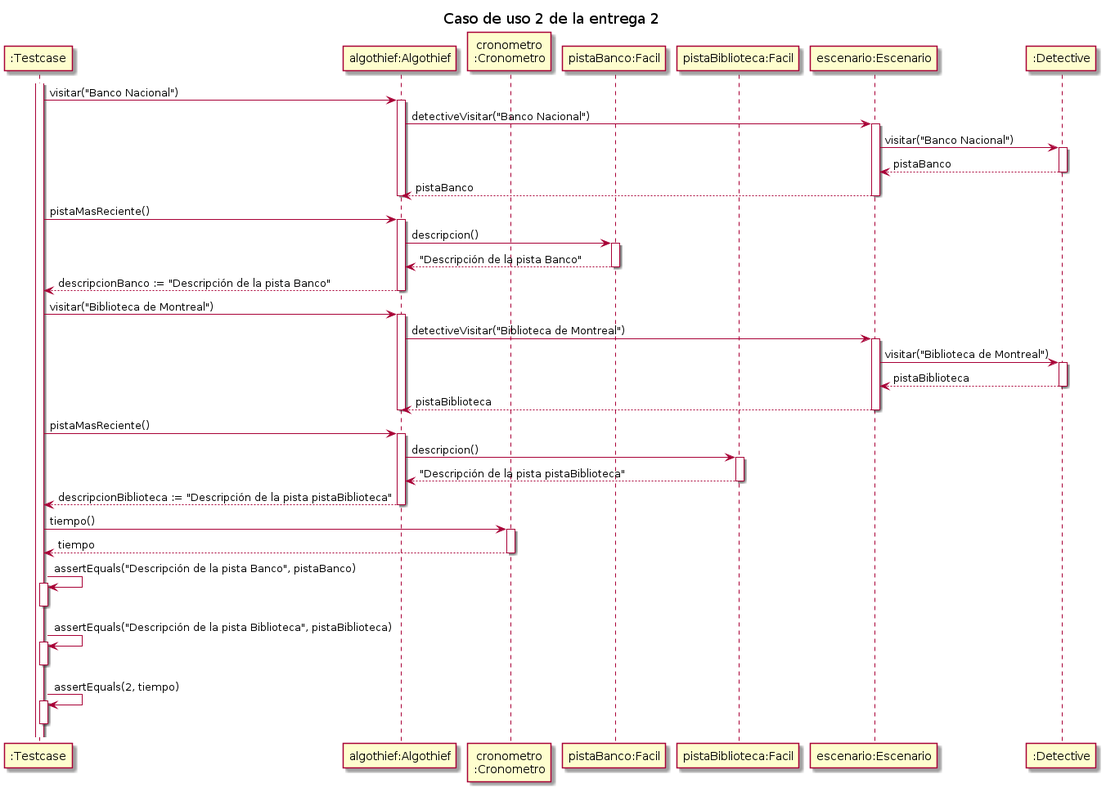
Earlier version of the PlantUML export diagrams/sequences/secuencia_entrega1_testcase02.png (MegaRedHand/algo-thief).
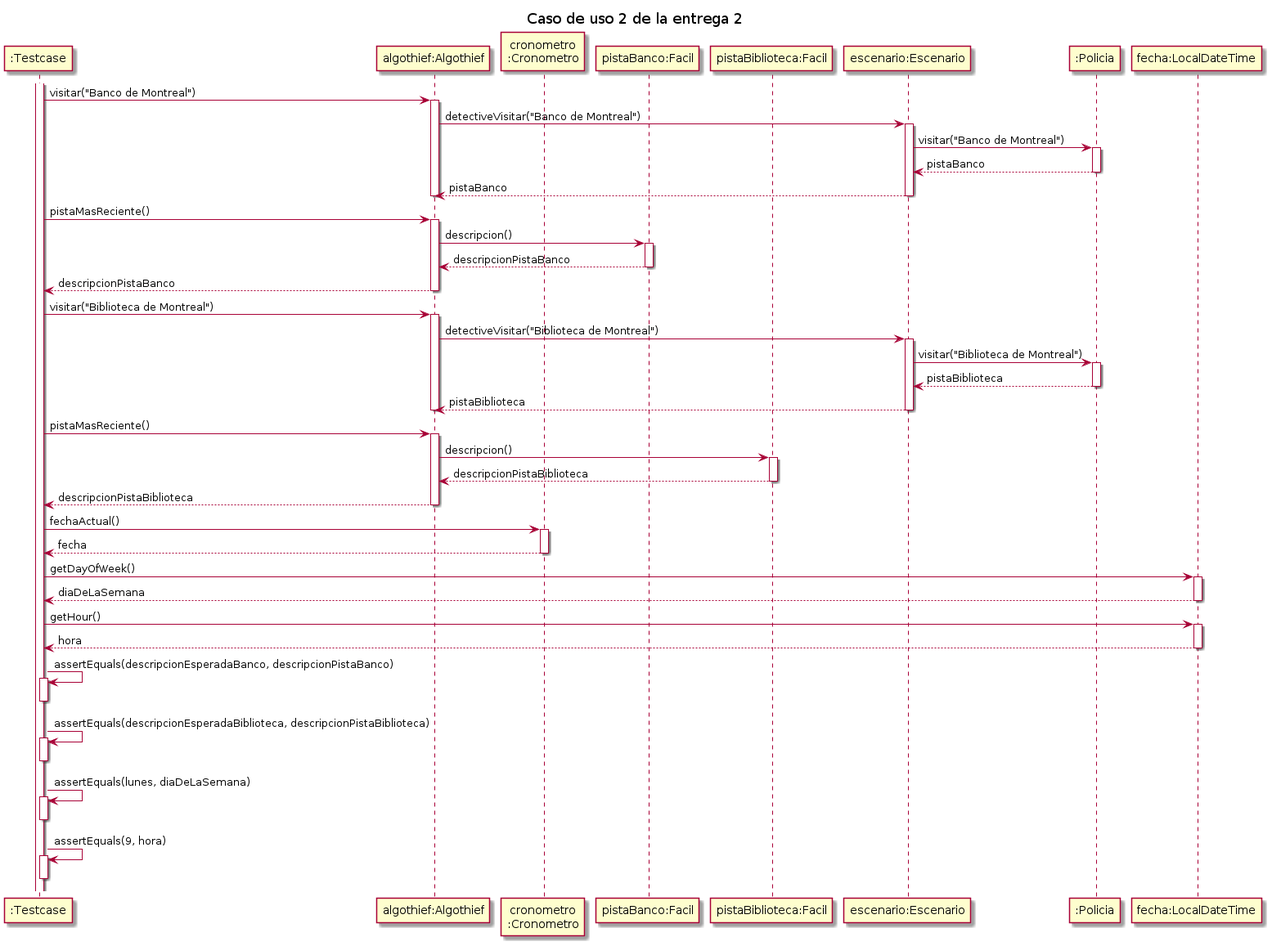
The same file after the commit.

What changed in the source:
```diff
@@ -8,27 +8,29 @@
 participant "pistaBanco:Facil" as pistaBanco
 participant "pistaBiblioteca:Facil" as pistaBiblioteca
 participant "escenario:Escenario" as escenario
-participant ":Detective" as detective
+participant ":Policia" as policia
+participant "fecha:LocalDateTime" as fecha
 
 
 activate testcase
-testcase -> algothief++: visitar("Banco Nacional")
-    algothief -> escenario++: detectiveVisitar("Banco Nacional")
-        escenario -> detective++: visitar("Banco Nacional")
+testcase -> algothief++: visitar("Banco de Montreal")
+    algothief -> escenario++: detectiveVisitar("Banco de Montreal")
+        escenario -> policia++: visitar("Banco de Montreal")
             return pistaBanco
         return pistaBanco
     deactivate algothief
 
 
+
 testcase -> algothief++: pistaMasReciente()
     algothief -> pistaBanco++: descripcion()
-        return "Descripción de la pista Banco"
-    return descripcionBanco := "Descripción de la pista Banco"
+        return descripcionPistaBanco
+    return descripcionPistaBanco
 
 
 testcase -> algothief++: visitar("Biblioteca de Montreal")
     algothief -> escenario++: detectiveVisitar("Biblioteca de Montreal")
-        escenario -> detective++: visitar("Biblioteca de Montreal")
+        escenario -> policia++: visitar("Biblioteca de Montreal")
             return pistaBiblioteca
         return pistaBiblioteca
     deactivate algothief
@@ -36,21 +38,29 @@
 
 testcase -> algothief++: pistaMasReciente()
     algothief -> pistaBiblioteca++: descripcion()
-        return "Descripción de la pista pistaBiblioteca"
-    return descripcionBiblioteca := "Descripción de la pista pistaBiblioteca"
+        return descripcionPistaBiblioteca
+    return descripcionPistaBiblioteca
 
 
-testcase -> cron: tiempo()
-    activate cron
-    return tiempo
+testcase -> cron++: fechaActual()
+    return fecha
 
-testcase -> testcase++: assertEquals("Descripción de la pista Banco", pistaBanco)
+testcase -> fecha++: getDayOfWeek()
+    return diaDeLaSemana
+
+testcase -> fecha++: getHour()
+    return hora
+
+testcase -> testcase++: assertEquals(descripcionEsperadaBanco, descripcionPistaBanco)
 deactivate testcase
 
-testcase -> testcase++: assertEquals("Descripción de la pista Biblioteca", pistaBiblioteca)
+testcase -> testcase++: assertEquals(descripcionEsperadaBiblioteca, descripcionPistaBiblioteca)
 deactivate testcase
 
-testcase -> testcase++: assertEquals(2, tiempo)
+testcase -> testcase++: assertEquals(lunes, diaDeLaSemana)
+deactivate testcase
+
+testcase -> testcase++: assertEquals(9, hora)
 deactivate testcase
 
 @enduml
```
